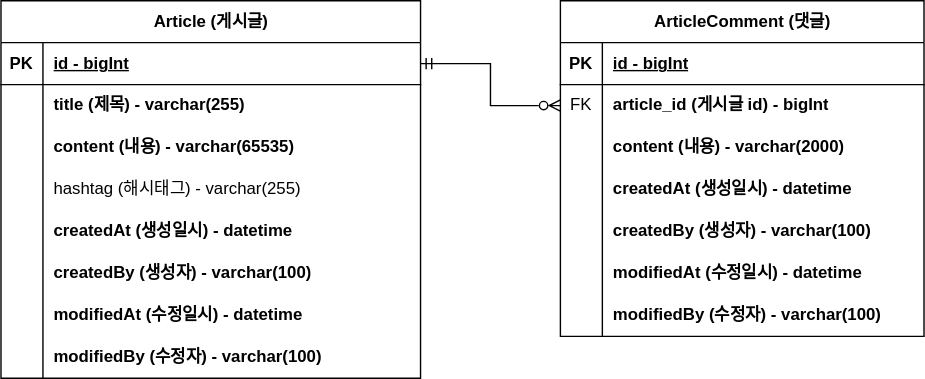
YooHyeok/fc-board keeps this draw.io diagram as document/project-board-erd.svg. Above is the earlier version. Source tidied: cells renumbered, new cells last; positions are measured from the earlier drawing's top-left corner, leaving out a move shared by most shapes.
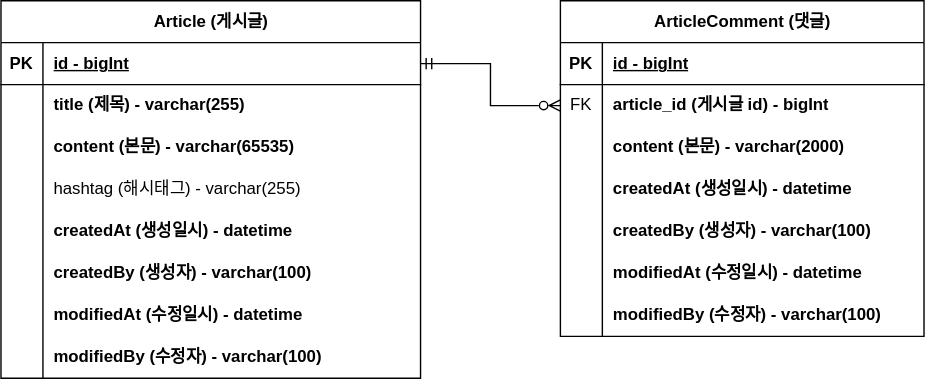
After the change.

Commit message:
#10 - ERD 주석 업데이트: project-board-erd.svg

Change to the diagram source:
```diff
@@ -29,7 +29,7 @@
     <mxCell id="10" style="shape=partialRectangle;fillColor=none;top=0;left=0;bottom=0;right=0;overflow=hidden;whiteSpace=wrap;html=1;fontStyle=1;" parent="9" vertex="1">
       <mxGeometry width="30" height="30" as="geometry" />
     </mxCell>
-    <mxCell id="11" value="content (내용)&amp;nbsp;- varchar(65535)" style="shape=partialRectangle;fillColor=none;top=0;left=0;bottom=0;right=0;align=left;spacingLeft=6;overflow=hidden;whiteSpace=wrap;html=1;fontStyle=1;" parent="9" vertex="1">
+    <mxCell id="11" value="content (본문)&amp;nbsp;- varchar(65535)" style="shape=partialRectangle;fillColor=none;top=0;left=0;bottom=0;right=0;align=left;spacingLeft=6;overflow=hidden;whiteSpace=wrap;html=1;fontStyle=1;" parent="9" vertex="1">
       <mxGeometry x="30" width="270" height="30" as="geometry" />
     </mxCell>
     <mxCell id="12" style="shape=tableRow;horizontal=0;startSize=0;swimlaneHead=0;swimlaneBody=0;fillColor=none;top=0;left=0;right=0;bottom=0;fontStyle=1;" parent="2" vertex="1">
@@ -104,7 +104,7 @@
     <mxCell id="35" style="shape=partialRectangle;fillColor=none;top=0;left=0;bottom=0;right=0;overflow=hidden;whiteSpace=wrap;html=1;" parent="34" vertex="1">
       <mxGeometry width="30" height="30" as="geometry" />
     </mxCell>
-    <mxCell id="36" value="content (내용) - varchar(2000)" style="shape=partialRectangle;fillColor=none;top=0;left=0;bottom=0;right=0;align=left;spacingLeft=6;overflow=hidden;whiteSpace=wrap;html=1;fontStyle=1;" parent="34" vertex="1">
+    <mxCell id="36" value="content (본문) - varchar(2000)" style="shape=partialRectangle;fillColor=none;top=0;left=0;bottom=0;right=0;align=left;spacingLeft=6;overflow=hidden;whiteSpace=wrap;html=1;fontStyle=1;" parent="34" vertex="1">
       <mxGeometry x="30" width="230" height="30" as="geometry" />
     </mxCell>
     <mxCell id="37" style="shape=tableRow;horizontal=0;startSize=0;swimlaneHead=0;swimlaneBody=0;fillColor=none;top=0;left=0;right=0;bottom=0;" parent="27" vertex="1">
```
